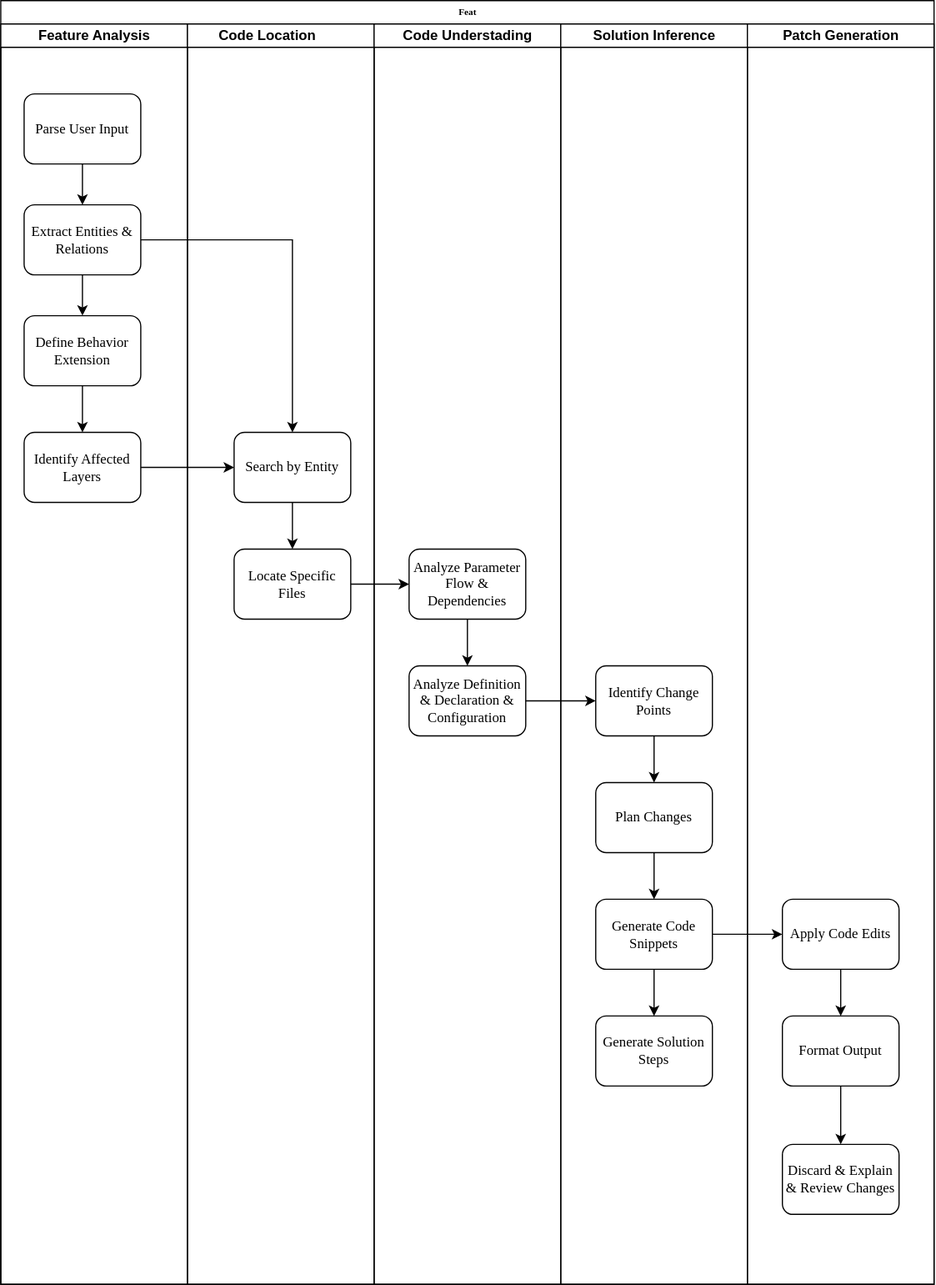
This is feat.svg from BullFrogDianDian/SoftEngineer, a draw.io export, as it was before one commit. Source tidied: cells renumbered, new cells last; positions are measured from the earlier drawing's top-left corner, leaving out a move shared by most shapes. Source of this version:
```xml
<mxGraphModel>
  <root>
    <mxCell id="0" />
    <mxCell id="1" parent="0" />
    <mxCell id="2" value="Feat" style="swimlane;html=1;startSize=20;rounded=0;shadow=0;labelBackgroundColor=none;strokeWidth=1;fontFamily=Verdana;fontSize=8;align=center;" parent="1" vertex="1">
      <mxGeometry width="800" height="1100" as="geometry" />
    </mxCell>
    <mxCell id="3" value="Feature Analysis" style="swimlane;html=1;startSize=20;" parent="2" vertex="1">
      <mxGeometry y="20" width="160" height="1080" as="geometry" />
    </mxCell>
    <mxCell id="4" style="edgeStyle=orthogonalEdgeStyle;rounded=0;jettySize=auto;html=1;curved=0;endSize=6;startSize=6;" parent="3" edge="1" source="5" target="7">
      <mxGeometry relative="1" as="geometry" />
    </mxCell>
    <mxCell id="5" value="&lt;font style=&quot;font-size: 12px;&quot;&gt;Parse User Input&lt;/font&gt;" style="rounded=1;whiteSpace=wrap;html=1;shadow=0;labelBackgroundColor=none;strokeWidth=1;fontFamily=Verdana;fontSize=8;align=center;" parent="3" vertex="1">
      <mxGeometry x="20" y="60" width="100" height="60" as="geometry" />
    </mxCell>
    <mxCell id="6" style="edgeStyle=orthogonalEdgeStyle;rounded=0;jettySize=auto;html=1;endSize=6;startSize=6;curved=0;" parent="3" edge="1" source="7" target="9">
      <mxGeometry relative="1" as="geometry" />
    </mxCell>
    <mxCell id="7" value="&lt;font style=&quot;font-size: 12px;&quot;&gt;Extract Entities &amp;amp; Relations&lt;/font&gt;" style="rounded=1;whiteSpace=wrap;html=1;shadow=0;labelBackgroundColor=none;strokeWidth=1;fontFamily=Verdana;fontSize=8;align=center;" parent="3" vertex="1">
      <mxGeometry x="20" y="155" width="100" height="60" as="geometry" />
    </mxCell>
    <mxCell id="8" style="edgeStyle=orthogonalEdgeStyle;rounded=0;jettySize=auto;html=1;endSize=6;startSize=6;curved=0;" parent="3" edge="1" source="9" target="10">
      <mxGeometry relative="1" as="geometry" />
    </mxCell>
    <mxCell id="9" value="&lt;font style=&quot;font-size: 12px;&quot;&gt;Define Behavior Extension&lt;/font&gt;" style="rounded=1;whiteSpace=wrap;html=1;shadow=0;labelBackgroundColor=none;strokeWidth=1;fontFamily=Verdana;fontSize=8;align=center;" parent="3" vertex="1">
      <mxGeometry x="20" y="250" width="100" height="60" as="geometry" />
    </mxCell>
    <mxCell id="10" value="&lt;font style=&quot;font-size: 12px;&quot;&gt;Identify Affected Layers&lt;/font&gt;" style="rounded=1;whiteSpace=wrap;html=1;shadow=0;labelBackgroundColor=none;strokeWidth=1;fontFamily=Verdana;fontSize=8;align=center;" parent="3" vertex="1">
      <mxGeometry x="20" y="350" width="100" height="60" as="geometry" />
    </mxCell>
    <mxCell id="11" value="Code Location&lt;span style=&quot;white-space: pre;&quot;&gt;&#9;&lt;/span&gt;" style="swimlane;html=1;startSize=20;" parent="2" vertex="1">
      <mxGeometry x="160" y="20" width="160" height="1080" as="geometry" />
    </mxCell>
    <mxCell id="12" style="edgeStyle=orthogonalEdgeStyle;rounded=0;jettySize=auto;html=1;" parent="11" edge="1" source="13" target="14">
      <mxGeometry relative="1" as="geometry" />
    </mxCell>
    <mxCell id="13" value="&lt;font style=&quot;font-size: 12px;&quot;&gt;Search by Entity&lt;/font&gt;" style="rounded=1;whiteSpace=wrap;html=1;shadow=0;labelBackgroundColor=none;strokeWidth=1;fontFamily=Verdana;fontSize=8;align=center;" parent="11" vertex="1">
      <mxGeometry x="40" y="350" width="100" height="60" as="geometry" />
    </mxCell>
    <mxCell id="14" value="&lt;font style=&quot;font-size: 12px;&quot;&gt;Locate Specific Files&lt;/font&gt;" style="rounded=1;whiteSpace=wrap;html=1;shadow=0;labelBackgroundColor=none;strokeWidth=1;fontFamily=Verdana;fontSize=8;align=center;" parent="11" vertex="1">
      <mxGeometry x="40" y="450" width="100" height="60" as="geometry" />
    </mxCell>
    <mxCell id="15" value="Code Understading" style="swimlane;html=1;startSize=20;" parent="2" vertex="1">
      <mxGeometry x="320" y="20" width="160" height="1080" as="geometry" />
    </mxCell>
    <mxCell id="16" style="edgeStyle=orthogonalEdgeStyle;rounded=0;jettySize=auto;html=1;" parent="15" edge="1" source="17" target="18">
      <mxGeometry relative="1" as="geometry" />
    </mxCell>
    <mxCell id="17" value="&lt;font style=&quot;font-size: 12px;&quot;&gt;Analyze Parameter Flow &amp;amp; Dependencies&lt;/font&gt;" style="rounded=1;whiteSpace=wrap;html=1;shadow=0;labelBackgroundColor=none;strokeWidth=1;fontFamily=Verdana;fontSize=8;align=center;" parent="15" vertex="1">
      <mxGeometry x="30" y="450" width="100" height="60" as="geometry" />
    </mxCell>
    <mxCell id="18" value="&lt;font style=&quot;font-size: 12px;&quot;&gt;Analyze Definition &amp;amp; Declaration &amp;amp; Configuration&lt;/font&gt;" style="rounded=1;whiteSpace=wrap;html=1;shadow=0;labelBackgroundColor=none;strokeWidth=1;fontFamily=Verdana;fontSize=8;align=center;" parent="15" vertex="1">
      <mxGeometry x="30" y="550" width="100" height="60" as="geometry" />
    </mxCell>
    <mxCell id="19" value="Solution Inference" style="swimlane;html=1;startSize=20;" parent="2" vertex="1">
      <mxGeometry x="480" y="20" width="160" height="1080" as="geometry" />
    </mxCell>
    <mxCell id="20" style="edgeStyle=orthogonalEdgeStyle;rounded=0;jettySize=auto;html=1;" parent="19" edge="1" source="21" target="23">
      <mxGeometry relative="1" as="geometry" />
    </mxCell>
    <mxCell id="21" value="&lt;font style=&quot;font-size: 12px;&quot;&gt;Identify Change Points&lt;/font&gt;" style="rounded=1;whiteSpace=wrap;html=1;shadow=0;labelBackgroundColor=none;strokeWidth=1;fontFamily=Verdana;fontSize=8;align=center;" parent="19" vertex="1">
      <mxGeometry x="30" y="550" width="100" height="60" as="geometry" />
    </mxCell>
    <mxCell id="22" style="edgeStyle=orthogonalEdgeStyle;rounded=0;jettySize=auto;html=1;" parent="19" edge="1" source="23" target="25">
      <mxGeometry relative="1" as="geometry" />
    </mxCell>
    <mxCell id="23" value="&lt;font style=&quot;font-size: 12px;&quot;&gt;Plan Changes&lt;/font&gt;" style="rounded=1;whiteSpace=wrap;html=1;shadow=0;labelBackgroundColor=none;strokeWidth=1;fontFamily=Verdana;fontSize=8;align=center;" parent="19" vertex="1">
      <mxGeometry x="30" y="650" width="100" height="60" as="geometry" />
    </mxCell>
    <mxCell id="24" style="edgeStyle=orthogonalEdgeStyle;rounded=0;jettySize=auto;html=1;" parent="19" edge="1" source="25" target="26">
      <mxGeometry relative="1" as="geometry" />
    </mxCell>
    <mxCell id="25" value="&lt;span style=&quot;font-size: 12px;&quot;&gt;Generate Code Snippets&lt;/span&gt;" style="rounded=1;whiteSpace=wrap;html=1;shadow=0;labelBackgroundColor=none;strokeWidth=1;fontFamily=Verdana;fontSize=8;align=center;" parent="19" vertex="1">
      <mxGeometry x="30" y="750" width="100" height="60" as="geometry" />
    </mxCell>
    <mxCell id="26" value="&lt;span style=&quot;font-size: 12px;&quot;&gt;Generate Solution Steps&lt;/span&gt;" style="rounded=1;whiteSpace=wrap;html=1;shadow=0;labelBackgroundColor=none;strokeWidth=1;fontFamily=Verdana;fontSize=8;align=center;" parent="19" vertex="1">
      <mxGeometry x="30" y="850" width="100" height="60" as="geometry" />
    </mxCell>
    <mxCell id="27" value="Patch Generation" style="swimlane;html=1;startSize=20;" parent="2" vertex="1">
      <mxGeometry x="640" y="20" width="160" height="1080" as="geometry" />
    </mxCell>
    <mxCell id="28" style="edgeStyle=orthogonalEdgeStyle;rounded=0;jettySize=auto;html=1;" parent="27" edge="1" source="29" target="31">
      <mxGeometry relative="1" as="geometry" />
    </mxCell>
    <mxCell id="29" value="&lt;font style=&quot;font-size: 12px;&quot;&gt;Apply Code Edits&lt;/font&gt;" style="rounded=1;whiteSpace=wrap;html=1;shadow=0;labelBackgroundColor=none;strokeWidth=1;fontFamily=Verdana;fontSize=8;align=center;" parent="27" vertex="1">
      <mxGeometry x="30" y="750" width="100" height="60" as="geometry" />
    </mxCell>
    <mxCell id="30" style="edgeStyle=orthogonalEdgeStyle;rounded=0;jettySize=auto;html=1;" parent="27" edge="1" source="31" target="32">
      <mxGeometry relative="1" as="geometry" />
    </mxCell>
    <mxCell id="31" value="&lt;font style=&quot;font-size: 12px;&quot;&gt;Format Output&lt;/font&gt;" style="rounded=1;whiteSpace=wrap;html=1;shadow=0;labelBackgroundColor=none;strokeWidth=1;fontFamily=Verdana;fontSize=8;align=center;" parent="27" vertex="1">
      <mxGeometry x="30" y="850" width="100" height="60" as="geometry" />
    </mxCell>
    <mxCell id="32" value="&lt;font style=&quot;font-size: 12px;&quot;&gt;Discard &amp;amp; Explain &amp;amp; Review Changes&lt;/font&gt;" style="rounded=1;whiteSpace=wrap;html=1;shadow=0;labelBackgroundColor=none;strokeWidth=1;fontFamily=Verdana;fontSize=8;align=center;" parent="27" vertex="1">
      <mxGeometry x="30" y="960" width="100" height="60" as="geometry" />
    </mxCell>
    <mxCell id="33" style="edgeStyle=orthogonalEdgeStyle;rounded=0;jettySize=auto;html=1;" parent="2" edge="1" source="10" target="13">
      <mxGeometry relative="1" as="geometry" />
    </mxCell>
    <mxCell id="34" style="endArrow=classic;html=1;rounded=0;exitX=1;exitY=0.5;exitDx=0;exitDy=0;entryX=0.5;entryY=0;entryDx=0;entryDy=0;" parent="2" edge="1" source="7" target="13">
      <mxGeometry relative="1" as="geometry">
        <Array as="points">
          <mxPoint x="250" y="205" />
        </Array>
      </mxGeometry>
    </mxCell>
    <mxCell id="35" style="edgeStyle=orthogonalEdgeStyle;rounded=0;jettySize=auto;html=1;" parent="2" edge="1" source="14" target="17">
      <mxGeometry relative="1" as="geometry" />
    </mxCell>
    <mxCell id="36" style="edgeStyle=orthogonalEdgeStyle;rounded=0;jettySize=auto;html=1;" parent="2" edge="1" source="18" target="21">
      <mxGeometry relative="1" as="geometry" />
    </mxCell>
    <mxCell id="37" style="edgeStyle=orthogonalEdgeStyle;rounded=0;jettySize=auto;html=1;" parent="2" edge="1" source="25" target="29">
      <mxGeometry relative="1" as="geometry" />
    </mxCell>
  </root>
</mxGraphModel>
```
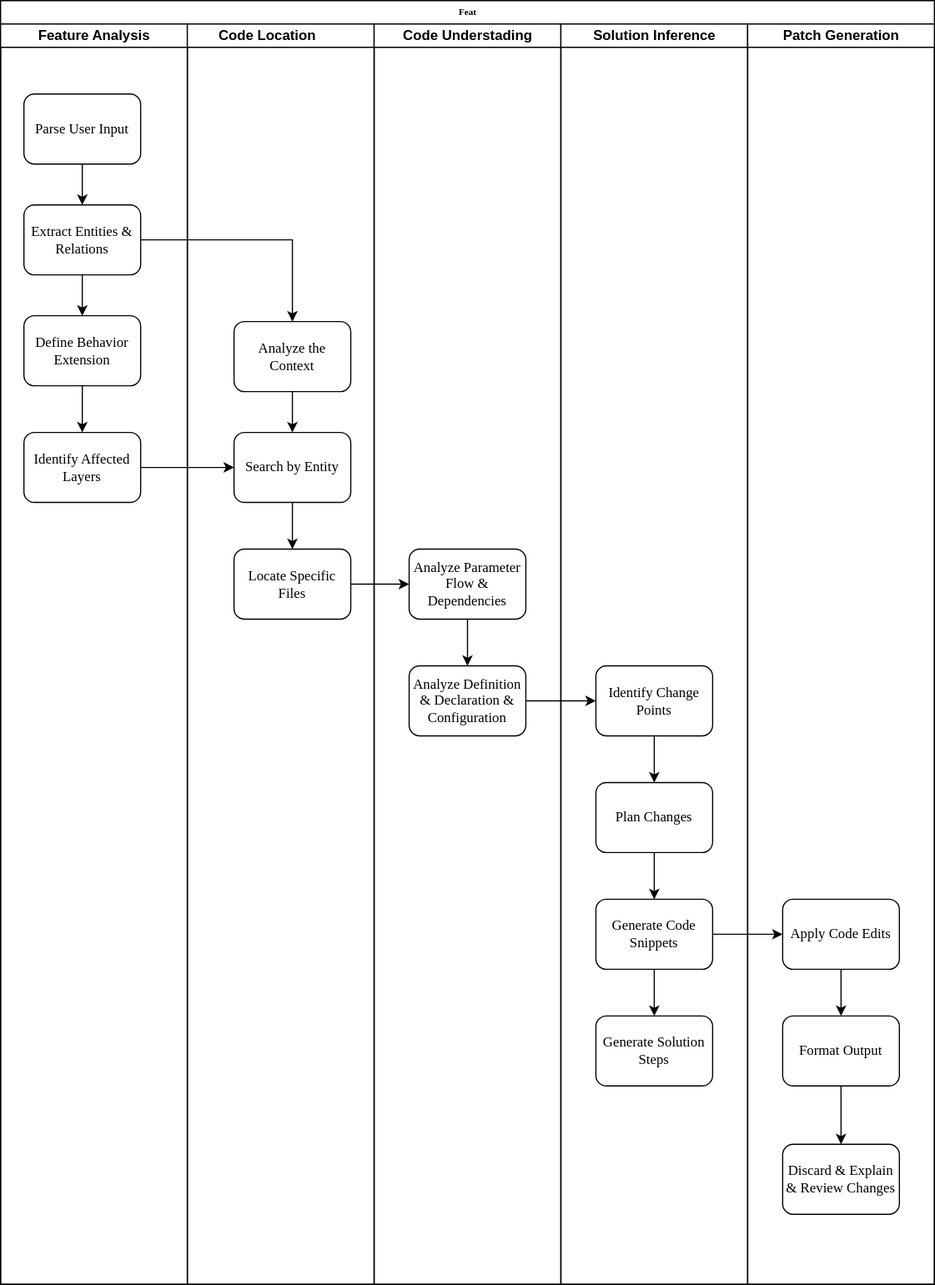
After the commit.

What changed in the source:
```diff
@@ -41,6 +41,12 @@
     <mxCell id="14" value="&lt;font style=&quot;font-size: 12px;&quot;&gt;Locate Specific Files&lt;/font&gt;" style="rounded=1;whiteSpace=wrap;html=1;shadow=0;labelBackgroundColor=none;strokeWidth=1;fontFamily=Verdana;fontSize=8;align=center;" parent="11" vertex="1">
       <mxGeometry x="40" y="450" width="100" height="60" as="geometry" />
     </mxCell>
+    <mxCell id="38" style="edgeStyle=orthogonalEdgeStyle;rounded=0;jettySize=auto;html=1;" parent="11" edge="1" source="39" target="13">
+      <mxGeometry relative="1" as="geometry" />
+    </mxCell>
+    <mxCell id="39" value="&lt;span style=&quot;font-size: 12px;&quot;&gt;Analyze the Context&lt;/span&gt;" style="rounded=1;whiteSpace=wrap;html=1;shadow=0;labelBackgroundColor=none;strokeWidth=1;fontFamily=Verdana;fontSize=8;align=center;" parent="11" vertex="1">
+      <mxGeometry x="40" y="255" width="100" height="60" as="geometry" />
+    </mxCell>
     <mxCell id="15" value="Code Understading" style="swimlane;html=1;startSize=20;" parent="2" vertex="1">
       <mxGeometry x="320" y="20" width="160" height="1080" as="geometry" />
     </mxCell>
@@ -98,8 +104,9 @@
     <mxCell id="33" style="edgeStyle=orthogonalEdgeStyle;rounded=0;jettySize=auto;html=1;" parent="2" edge="1" source="10" target="13">
       <mxGeometry relative="1" as="geometry" />
     </mxCell>
-    <mxCell id="34" style="endArrow=classic;html=1;rounded=0;exitX=1;exitY=0.5;exitDx=0;exitDy=0;entryX=0.5;entryY=0;entryDx=0;entryDy=0;" parent="2" edge="1" source="7" target="13">
+    <mxCell id="34" style="endArrow=classic;html=1;rounded=0;exitX=1;exitY=0.5;exitDx=0;exitDy=0;" parent="2" edge="1" source="7">
       <mxGeometry relative="1" as="geometry">
+        <mxPoint x="250" y="275" as="targetPoint" />
         <Array as="points">
           <mxPoint x="250" y="205" />
         </Array>
```
